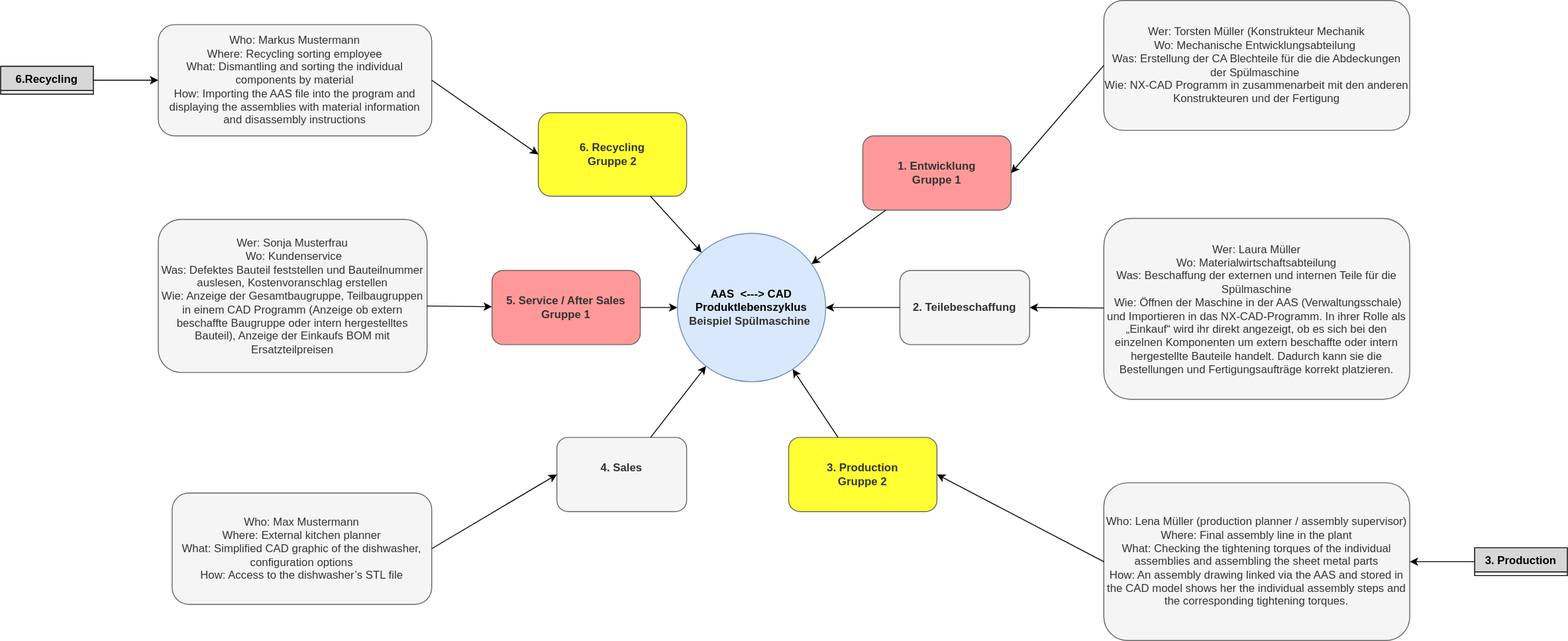
Above: Bericht/bilder/Eng_AAS_CAD_Lifecycle.drawio.svg in Daniel20-0/AAS_NX (draw.io), before the change. Source tidied: cells renumbered, new cells last; positions are measured from the earlier drawing's top-left corner, leaving out a move shared by most shapes.
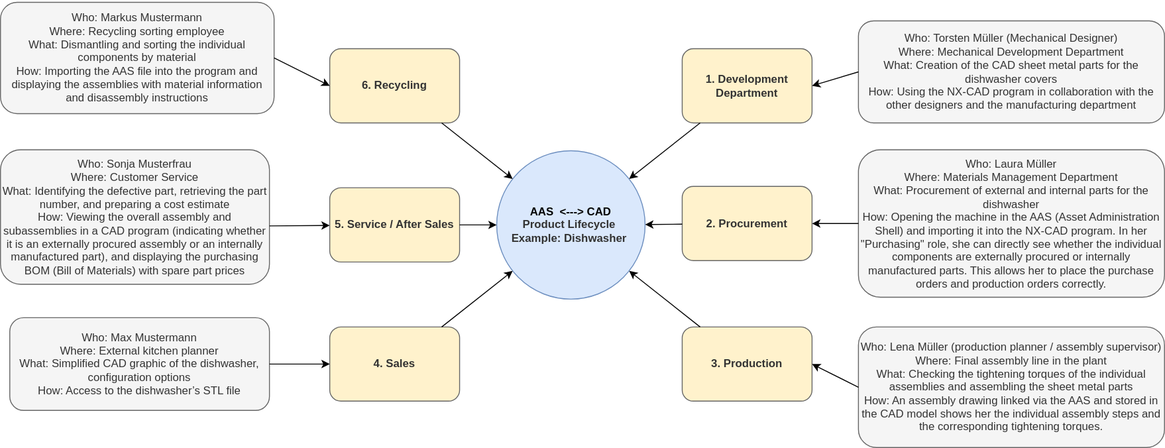
Above is the later version.

Commit message:
Diagramm_Eng

Change to the diagram source:
```diff
@@ -2,29 +2,29 @@
   <root>
     <mxCell id="0" />
     <mxCell id="1" parent="0" />
-    <mxCell id="2" value="&lt;b&gt;AAS&amp;nbsp; &amp;lt;---&amp;gt; CAD&lt;/b&gt;&lt;div&gt;&lt;b&gt;Produktlebenszyklus&lt;/b&gt;&lt;/div&gt;&lt;div&gt;&lt;b style=&quot;color: rgb(51, 51, 51);&quot;&gt;Beispiel Spülmaschine&amp;nbsp;&lt;/b&gt;&lt;b&gt;&lt;/b&gt;&lt;/div&gt;" style="ellipse;whiteSpace=wrap;html=1;fillColor=#dae8fc;strokeColor=#6c8ebf;align=center;" parent="1" vertex="1">
+    <mxCell id="2" value="&lt;b&gt;AAS&amp;nbsp; &amp;lt;---&amp;gt; CAD&lt;/b&gt;&lt;div&gt;&lt;b style=&quot;background-color: transparent; color: rgb(51, 51, 51);&quot;&gt;Product Lifecycle&amp;nbsp;&lt;/b&gt;&lt;/div&gt;&lt;div&gt;&lt;b style=&quot;background-color: transparent; color: rgb(51, 51, 51);&quot;&gt;Example: Dishwasher&amp;nbsp;&lt;/b&gt;&lt;/div&gt;" style="ellipse;whiteSpace=wrap;html=1;fillColor=#dae8fc;strokeColor=#6c8ebf;align=center;" parent="1" vertex="1">
       <mxGeometry x="730" y="251" width="160" height="160" as="geometry" />
     </mxCell>
-    <mxCell id="3" value="Wer: Torsten Müller (Konstrukteur Mechanik&lt;div&gt;Wo: Mechanische Entwicklungsabteilung&amp;nbsp;&lt;/div&gt;&lt;div&gt;Was: Erstellung der CA Blechteile für die die Abdeckungen der Spülmaschine&amp;nbsp;&lt;/div&gt;&lt;div&gt;Wie: NX-CAD Programm in zusammenarbeit mit den anderen Konstrukteuren und der Fertigung&lt;/div&gt;" style="rounded=1;whiteSpace=wrap;html=1;fillColor=#f5f5f5;fontColor=#333333;strokeColor=#666666;align=center;" parent="1" vertex="1">
-      <mxGeometry x="1190" width="330" height="140" as="geometry" />
+    <mxCell id="3" value="&lt;div&gt;&lt;span style=&quot;background-color: transparent; color: light-dark(rgb(51, 51, 51), rgb(193, 193, 193));&quot;&gt;Who: Torsten Müller (Mechanical Designer)&lt;/span&gt;&lt;/div&gt;&lt;div&gt;&lt;div&gt;Where: Mechanical Development Department&lt;/div&gt;&lt;div&gt;What: Creation of the CAD sheet metal parts for the dishwasher covers&lt;/div&gt;&lt;div&gt;How: Using the NX-CAD program in collaboration with the other designers and the manufacturing department&lt;/div&gt;&lt;/div&gt;" style="rounded=1;whiteSpace=wrap;html=1;fillColor=#f5f5f5;fontColor=#333333;strokeColor=#666666;align=center;" parent="1" vertex="1">
+      <mxGeometry x="1120" y="111" width="330" height="110" as="geometry" />
     </mxCell>
-    <mxCell id="4" value="&lt;b&gt;1. Entwicklung&lt;/b&gt;&lt;div&gt;&lt;b&gt;Gruppe 1&lt;/b&gt;&lt;/div&gt;" style="rounded=1;whiteSpace=wrap;html=1;fillColor=#FF9999;fontColor=#333333;strokeColor=#666666;" parent="1" vertex="1">
-      <mxGeometry x="930" y="146" width="160" height="80" as="geometry" />
+    <mxCell id="4" value="&lt;b&gt;1.&amp;nbsp;&lt;/b&gt;&lt;b style=&quot;background-color: transparent; color: light-dark(rgb(51, 51, 51), rgb(193, 193, 193));&quot;&gt;Development Department&lt;/b&gt;" style="rounded=1;whiteSpace=wrap;html=1;fillColor=#FFF2CC;fontColor=#333333;strokeColor=#666666;" parent="1" vertex="1">
+      <mxGeometry x="930" y="141" width="140" height="80" as="geometry" />
     </mxCell>
-    <mxCell id="5" value="&lt;b&gt;2. Teilebeschaffung&lt;/b&gt;" style="rounded=1;whiteSpace=wrap;html=1;fillColor=#f5f5f5;fontColor=#333333;strokeColor=#666666;" parent="1" vertex="1">
-      <mxGeometry x="970" y="291" width="140" height="80" as="geometry" />
+    <mxCell id="5" value="&lt;b&gt;2.&amp;nbsp;Procurement&lt;/b&gt;" style="rounded=1;whiteSpace=wrap;html=1;fillColor=#FFF2CC;fontColor=#333333;strokeColor=#666666;" parent="1" vertex="1">
+      <mxGeometry x="930" y="289.5" width="140" height="80" as="geometry" />
     </mxCell>
-    <mxCell id="6" value="&lt;b&gt;3. Production&lt;/b&gt;&lt;div&gt;&lt;b&gt;Gruppe 2&lt;/b&gt;&lt;/div&gt;" style="rounded=1;whiteSpace=wrap;html=1;fillColor=light-dark(#FFFF33,#FFFF00);fontColor=#333333;strokeColor=#666666;" parent="1" vertex="1">
-      <mxGeometry x="850" y="471" width="160" height="80" as="geometry" />
+    <mxCell id="6" value="&lt;b&gt;3. Production&lt;/b&gt;" style="rounded=1;whiteSpace=wrap;html=1;fillColor=light-dark(#FFF2CC,#FFFF00);fontColor=#333333;strokeColor=#666666;" parent="1" vertex="1">
+      <mxGeometry x="930" y="441" width="140" height="80" as="geometry" />
     </mxCell>
-    <mxCell id="7" value="&lt;b&gt;4. Sales&lt;/b&gt;&lt;div&gt;&lt;br&gt;&lt;/div&gt;" style="rounded=1;whiteSpace=wrap;html=1;fillColor=#f5f5f5;fontColor=#333333;strokeColor=#666666;" parent="1" vertex="1">
-      <mxGeometry x="600" y="471" width="140" height="80" as="geometry" />
+    <mxCell id="7" value="&lt;b&gt;4. Sales&lt;/b&gt;" style="rounded=1;whiteSpace=wrap;html=1;fillColor=#FFF2CC;fontColor=#333333;strokeColor=#666666;" parent="1" vertex="1">
+      <mxGeometry x="550" y="441" width="140" height="80" as="geometry" />
     </mxCell>
-    <mxCell id="8" value="&lt;b&gt;5. Service / After Sales&lt;/b&gt;&lt;div&gt;&lt;b&gt;Gruppe 1&lt;/b&gt;&lt;/div&gt;" style="rounded=1;whiteSpace=wrap;html=1;fillColor=light-dark(#FF9999,#9D4545);fontColor=#333333;strokeColor=#666666;" parent="1" vertex="1">
-      <mxGeometry x="530" y="291" width="160" height="80" as="geometry" />
+    <mxCell id="8" value="&lt;b&gt;5. Service / After Sales&lt;/b&gt;" style="rounded=1;whiteSpace=wrap;html=1;fillColor=light-dark(#FFF2CC,#9D4545);fontColor=#333333;strokeColor=#666666;" parent="1" vertex="1">
+      <mxGeometry x="550" y="291" width="140" height="80" as="geometry" />
     </mxCell>
-    <mxCell id="9" value="&lt;b&gt;6. Recycling&lt;/b&gt;&lt;div&gt;&lt;b&gt;Gruppe 2&lt;/b&gt;&lt;/div&gt;" style="rounded=1;whiteSpace=wrap;html=1;fillColor=#FFFF33;fontColor=#333333;strokeColor=#666666;" parent="1" vertex="1">
-      <mxGeometry x="580" y="121" width="160" height="90" as="geometry" />
+    <mxCell id="9" value="&lt;b&gt;6. Recycling&lt;/b&gt;" style="rounded=1;whiteSpace=wrap;html=1;fillColor=#FFF2CC;fontColor=#333333;strokeColor=#666666;" parent="1" vertex="1">
+      <mxGeometry x="550" y="141" width="140" height="80" as="geometry" />
     </mxCell>
     <mxCell id="10" style="exitX=0;exitY=0.5;exitDx=0;exitDy=0;entryX=1;entryY=0.5;entryDx=0;entryDy=0;" parent="1" edge="1" source="3" target="4">
       <mxGeometry relative="1" as="geometry" />
@@ -47,29 +47,29 @@
     <mxCell id="16" parent="1" edge="1" source="9" target="2">
       <mxGeometry relative="1" as="geometry" />
     </mxCell>
-    <mxCell id="17" value="Wer: Laura Müller&lt;br&gt;Wo: Materialwirtschaftsabteilung&lt;br&gt;Was: Beschaffung der externen und internen Teile für die Spülmaschine&lt;br&gt;&amp;nbsp;Wie: Öffnen der Maschine in der AAS (Verwaltungsschale) und Importieren in das NX-CAD-Programm. In ihrer Rolle als „Einkauf“ wird ihr direkt angezeigt, ob es sich bei den einzelnen Komponenten um extern beschaffte oder intern hergestellte Bauteile handelt. Dadurch kann sie die Bestellungen und Fertigungsaufträge korrekt platzieren." style="rounded=1;whiteSpace=wrap;html=1;fillColor=#f5f5f5;fontColor=#333333;strokeColor=#666666;align=center;" parent="1" vertex="1">
-      <mxGeometry x="1190" y="235" width="330" height="195" as="geometry" />
+    <mxCell id="17" value="&lt;div&gt;&lt;div&gt;Who: Laura Müller&lt;/div&gt;&lt;div&gt;Where: Materials Management Department&lt;/div&gt;&lt;div&gt;What: Procurement of external and internal parts for the dishwasher&lt;/div&gt;&lt;div&gt;How: Opening the machine in the AAS (Asset Administration Shell) and importing it into the NX-CAD program. In her &quot;Purchasing&quot; role, she can directly see whether the individual components are externally procured or internally manufactured parts. This allows her to place the purchase orders and production orders correctly.&lt;/div&gt;&lt;/div&gt;" style="rounded=1;whiteSpace=wrap;html=1;fillColor=#f5f5f5;fontColor=#333333;strokeColor=#666666;align=center;" parent="1" vertex="1">
+      <mxGeometry x="1120" y="250" width="330" height="159" as="geometry" />
     </mxCell>
     <mxCell id="18" style="endArrow=classic;html=1;rounded=0;entryX=1;entryY=0.5;entryDx=0;entryDy=0;" parent="1" edge="1" source="17" target="5">
       <mxGeometry relative="1" as="geometry" />
     </mxCell>
     <mxCell id="19" value="&lt;span style=&quot;background-color: transparent;&quot;&gt;Who: Lena Müller (production planner / assembly supervisor)&lt;/span&gt;&lt;div&gt;Where: Final assembly line in the plant&lt;/div&gt;&lt;div&gt;What: Checking the tightening torques of the individual assemblies and assembling the sheet metal parts&lt;/div&gt;&lt;div&gt;How: An assembly drawing linked via the AAS and stored in the CAD model shows her the individual assembly steps and the corresponding tightening torques.&lt;/div&gt;" style="rounded=1;whiteSpace=wrap;html=1;fillColor=#f5f5f5;fontColor=#333333;strokeColor=#666666;align=center;" parent="1" vertex="1">
-      <mxGeometry x="1190" y="520" width="330" height="170" as="geometry" />
+      <mxGeometry x="1120" y="441" width="330" height="130" as="geometry" />
     </mxCell>
     <mxCell id="20" style="endArrow=classic;html=1;rounded=0;exitX=0;exitY=0.5;exitDx=0;exitDy=0;entryX=1;entryY=0.5;entryDx=0;entryDy=0;" parent="1" edge="1" source="19" target="6">
       <mxGeometry relative="1" as="geometry" />
     </mxCell>
     <mxCell id="21" value="&lt;div&gt;&lt;div&gt;Who: Max Mustermann&lt;/div&gt;&lt;div&gt;Where: External kitchen planner&lt;/div&gt;&lt;div&gt;What: Simplified CAD graphic of the dishwasher, configuration options&lt;/div&gt;&lt;div&gt;How: Access to the dishwasher’s STL file&lt;/div&gt;&lt;/div&gt;" style="rounded=1;whiteSpace=wrap;html=1;fillColor=#f5f5f5;fontColor=#333333;strokeColor=#666666;align=center;" parent="1" vertex="1">
-      <mxGeometry x="185" y="531" width="280" height="120" as="geometry" />
+      <mxGeometry x="205" y="431" width="280" height="100" as="geometry" />
     </mxCell>
-    <mxCell id="22" value="Wer: Sonja Musterfrau&lt;div style=&quot;&quot;&gt;&amp;nbsp;Wo: Kundenservice&lt;/div&gt;&lt;div&gt;Was: Defektes Bauteil feststellen und Bauteilnummer auslesen, Kostenvoranschlag erstellen&lt;/div&gt;&lt;div&gt;Wie: Anzeige der Gesamtbaugruppe, Teilbaugruppen in einem CAD Programm (Anzeige ob extern beschaffte Baugruppe oder intern hergestelltes Bauteil), Anzeige der Einkaufs BOM mit Ersatzteilpreisen&lt;/div&gt;" style="rounded=1;whiteSpace=wrap;html=1;fillColor=#f5f5f5;fontColor=#333333;strokeColor=#666666;align=center;" parent="1" vertex="1">
-      <mxGeometry x="170" y="236" width="290" height="165" as="geometry" />
+    <mxCell id="22" value="&lt;div&gt;&lt;span style=&quot;background-color: transparent;&quot;&gt;Who: Sonja Musterfrau&lt;/span&gt;&lt;/div&gt;&lt;div&gt;Where: Customer Service&lt;/div&gt;&lt;div&gt;What: Identifying the defective part, retrieving the part number, and preparing a cost estimate&lt;/div&gt;&lt;div&gt;How: Viewing the overall assembly and subassemblies in a CAD program (indicating whether it is an externally procured assembly or an internally manufactured part), and displaying the purchasing BOM (Bill of Materials) with spare part prices&lt;/div&gt;" style="rounded=1;whiteSpace=wrap;html=1;fillColor=#f5f5f5;fontColor=#333333;strokeColor=#666666;align=center;" parent="1" vertex="1">
+      <mxGeometry x="195" y="250" width="290" height="145" as="geometry" />
     </mxCell>
     <mxCell id="23" style="endArrow=classic;html=1;rounded=0;exitX=1;exitY=0.566;exitDx=0;exitDy=0;exitPerimeter=0;" parent="1" edge="1" source="22" target="8">
       <mxGeometry relative="1" as="geometry" />
     </mxCell>
     <mxCell id="24" value="&lt;p&gt;&lt;span style=&quot;background-color: transparent;&quot;&gt;Who: Markus Mustermann&lt;br&gt;&lt;/span&gt;Where: Recycling sorting employee&lt;br&gt;What: Dismantling and sorting the individual components by material&lt;br&gt;How: Importing the AAS file into the program and displaying the assemblies with material information and disassembly instructions&lt;/p&gt;" style="rounded=1;whiteSpace=wrap;html=1;fillColor=#f5f5f5;fontColor=#333333;strokeColor=#666666;align=center;" parent="1" vertex="1">
-      <mxGeometry x="170" y="26" width="295" height="120" as="geometry" />
+      <mxGeometry x="195" y="91" width="295" height="120" as="geometry" />
     </mxCell>
     <mxCell id="25" style="endArrow=classic;html=1;rounded=0;exitX=1;exitY=0.5;exitDx=0;exitDy=0;entryX=0;entryY=0.5;entryDx=0;entryDy=0;" parent="1" edge="1" source="24" target="9">
       <mxGeometry relative="1" as="geometry" />
@@ -77,17 +77,5 @@
     <mxCell id="26" style="endArrow=classic;html=1;rounded=0;entryX=0;entryY=0.5;entryDx=0;entryDy=0;exitX=1;exitY=0.5;exitDx=0;exitDy=0;" parent="1" edge="1" source="21" target="7">
       <mxGeometry relative="1" as="geometry" />
     </mxCell>
-    <mxCell id="27" style="edgeStyle=orthogonalEdgeStyle;rounded=0;jettySize=auto;html=1;exitX=1;exitY=0.5;exitDx=0;exitDy=0;entryX=0;entryY=0.5;entryDx=0;entryDy=0;" parent="1" edge="1" source="28" target="24">
-      <mxGeometry relative="1" as="geometry" />
-    </mxCell>
-    <mxCell id="28" value="6.Recycling" style="swimlane;fontStyle=1;align=center;verticalAlign=top;horizontal=1;startSize=26;whiteSpace=wrap;html=1;fillColor=#D7D7D7;" parent="1" vertex="1" collapsed="1">
-      <mxGeometry y="71" width="100" height="30" as="geometry" />
-    </mxCell>
-    <mxCell id="29" style="edgeStyle=orthogonalEdgeStyle;rounded=0;jettySize=auto;html=1;entryX=1;entryY=0.5;entryDx=0;entryDy=0;" parent="1" edge="1" source="30" target="19">
-      <mxGeometry relative="1" as="geometry" />
-    </mxCell>
-    <mxCell id="30" value="3. Production" style="swimlane;fontStyle=1;align=center;verticalAlign=top;horizontal=1;startSize=26;whiteSpace=wrap;html=1;fillColor=#D7D7D7;" parent="1" vertex="1" collapsed="1">
-      <mxGeometry x="1590" y="590" width="100" height="30" as="geometry" />
-    </mxCell>
   </root>
 </mxGraphModel>
```
